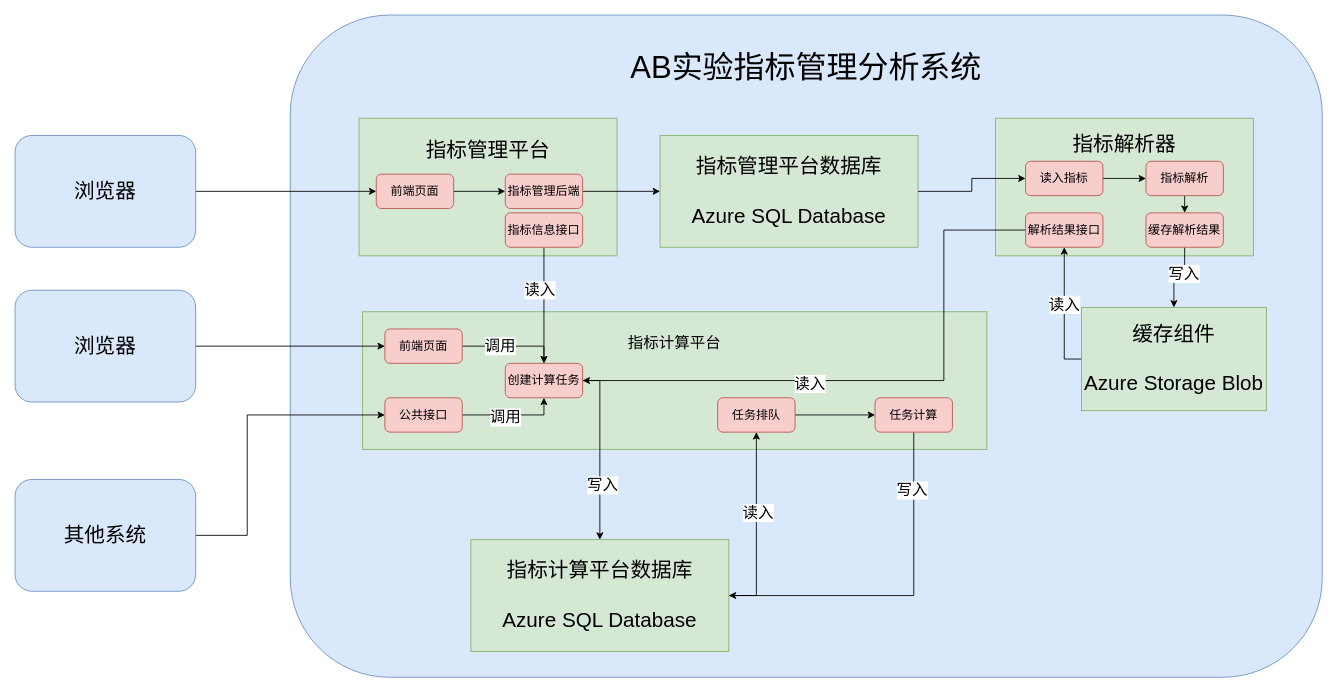
Before: 架构图.drawio in EricTao2/images-repository, a draw.io diagram. Source tidied: cells renumbered, new cells numbered last; positions are measured from the earlier drawing's top-left corner, leaving out a move shared by most shapes. Both pictures are drawn from the tidied source at 86%, with x=0, y=0 at pixel (15, 15).
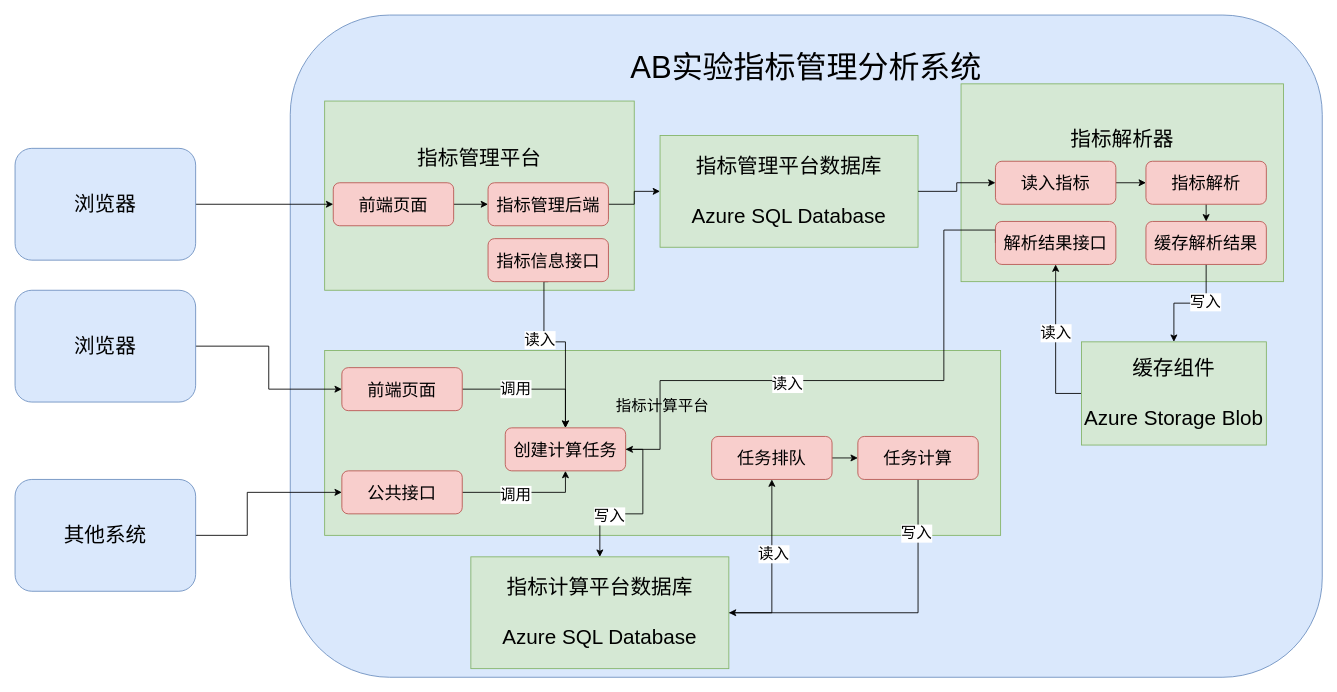
Above is the later version.

Commit message:
更新架构图.drawio

Unchanged cells that the change refers to:
```xml
<mxCell id="50" value="&lt;font style=&quot;font-size: 24px;&quot;&gt;其他系统&lt;br&gt;&lt;/font&gt;" style="rounded=1;whiteSpace=wrap;html=1;fillColor=#dae8fc;strokeColor=#6c8ebf;" parent="1" vertex="1">
  <mxGeometry y="540" width="210" height="130" as="geometry" />
</mxCell>
```

What changed in the source:
```diff
@@
     <mxCell id="3" value="&lt;font style=&quot;&quot;&gt;&lt;font style=&quot;font-size: 24px;&quot;&gt;指标管理平台&lt;br&gt;&lt;br&gt;&lt;br&gt;&lt;/font&gt;&lt;br&gt;&lt;br&gt;&lt;/font&gt;" style="rounded=0;whiteSpace=wrap;html=1;fillColor=#d5e8d4;strokeColor=#82b366;" parent="1" vertex="1">
-      <mxGeometry x="400" y="120" width="300" height="160" as="geometry" />
+      <mxGeometry x="360" y="100" width="360" height="220" as="geometry" />
     </mxCell>
@@
-    <mxCell id="5" value="&lt;font style=&quot;font-size: 14px;&quot;&gt;前端页面&lt;/font&gt;" style="rounded=1;whiteSpace=wrap;html=1;fillColor=#f8cecc;strokeColor=#b85450;" parent="1" vertex="1">
-      <mxGeometry x="420" y="185" width="90" height="40" as="geometry" />
+    <mxCell id="5" value="&lt;font style=&quot;font-size: 20px;&quot;&gt;前端页面&lt;/font&gt;" style="rounded=1;whiteSpace=wrap;html=1;fillColor=#f8cecc;strokeColor=#b85450;fontSize=20;" parent="1" vertex="1">
+      <mxGeometry x="370" y="195" width="140" height="50" as="geometry" />
     </mxCell>
@@
     <mxCell id="7" value="&lt;font style=&quot;&quot;&gt;&lt;font style=&quot;font-size: 24px;&quot;&gt;指标解析器&lt;br&gt;&lt;br&gt;&lt;br&gt;&lt;br&gt;&lt;/font&gt;&lt;br&gt;&lt;/font&gt;" style="rounded=0;whiteSpace=wrap;html=1;fillColor=#d5e8d4;strokeColor=#82b366;" parent="1" vertex="1">
-      <mxGeometry x="1140" y="120" width="300" height="160" as="geometry" />
+      <mxGeometry x="1100" y="80" width="375" height="230" as="geometry" />
     </mxCell>
@@
     <mxCell id="10" value="&lt;font style=&quot;&quot;&gt;&lt;font style=&quot;font-size: 24px;&quot;&gt;缓存组件&lt;br&gt;&lt;br&gt;Azure Storage Blob&lt;/font&gt;&lt;br&gt;&lt;/font&gt;" style="rounded=0;whiteSpace=wrap;html=1;fillColor=#d5e8d4;strokeColor=#82b366;" parent="1" vertex="1">
-      <mxGeometry x="1240" y="340" width="215" height="120" as="geometry" />
+      <mxGeometry x="1240" y="380" width="215" height="120" as="geometry" />
     </mxCell>
     <mxCell id="11" value="&lt;font style=&quot;font-size: 18px;&quot;&gt;指标计算平台&lt;br&gt;&lt;br&gt;&lt;br&gt;&lt;br&gt;&lt;br&gt;&lt;/font&gt;" style="rounded=0;whiteSpace=wrap;html=1;fillColor=#d5e8d4;strokeColor=#82b366;" parent="1" vertex="1">
-      <mxGeometry x="404" y="345" width="726" height="160" as="geometry" />
+      <mxGeometry x="360" y="390" width="786" height="215" as="geometry" />
     </mxCell>
@@
-    <mxCell id="13" value="&lt;font style=&quot;font-size: 14px;&quot;&gt;指标管理后端&lt;/font&gt;" style="rounded=1;whiteSpace=wrap;html=1;fillColor=#f8cecc;strokeColor=#b85450;" parent="1" vertex="1">
-      <mxGeometry x="570" y="185" width="90" height="40" as="geometry" />
+    <mxCell id="13" value="&lt;font style=&quot;font-size: 20px;&quot;&gt;指标管理后端&lt;/font&gt;" style="rounded=1;whiteSpace=wrap;html=1;fillColor=#f8cecc;strokeColor=#b85450;fontSize=20;" parent="1" vertex="1">
+      <mxGeometry x="550" y="195" width="140" height="50" as="geometry" />
     </mxCell>
     <mxCell id="14" style="edgeStyle=orthogonalEdgeStyle;rounded=0;jettySize=auto;html=1;exitX=0;exitY=0.5;exitDx=0;exitDy=0;entryX=1;entryY=0.5;entryDx=0;entryDy=0;" parent="1" edge="1" source="16" target="35">
       <mxGeometry relative="1" as="geometry">
         <Array as="points">
+          <mxPoint x="1140" y="250" />
           <mxPoint x="1080" y="250" />
           <mxPoint x="1080" y="425" />
+          <mxPoint x="750" y="425" />
+          <mxPoint x="750" y="505" />
         </Array>
       </mxGeometry>
     </mxCell>
@@
-    <mxCell id="16" value="&lt;font style=&quot;font-size: 14px;&quot;&gt;解析结果接口&lt;/font&gt;" style="rounded=1;whiteSpace=wrap;html=1;fillColor=#f8cecc;strokeColor=#b85450;" parent="1" vertex="1">
-      <mxGeometry x="1175" y="230" width="90" height="40" as="geometry" />
+    <mxCell id="16" value="&lt;font style=&quot;font-size: 20px;&quot;&gt;解析结果接口&lt;/font&gt;" style="rounded=1;whiteSpace=wrap;html=1;fillColor=#f8cecc;strokeColor=#b85450;fontSize=20;" parent="1" vertex="1">
+      <mxGeometry x="1140" y="240" width="140" height="50" as="geometry" />
     </mxCell>
@@
-    <mxCell id="19" value="&lt;font style=&quot;font-size: 14px;&quot;&gt;缓存解析结果&lt;/font&gt;" style="rounded=1;whiteSpace=wrap;html=1;fillColor=#f8cecc;strokeColor=#b85450;" parent="1" vertex="1">
-      <mxGeometry x="1315" y="230" width="90" height="40" as="geometry" />
+    <mxCell id="19" value="&lt;font style=&quot;font-size: 20px;&quot;&gt;缓存解析结果&lt;/font&gt;" style="rounded=1;whiteSpace=wrap;html=1;fillColor=#f8cecc;strokeColor=#b85450;fontSize=20;" parent="1" vertex="1">
+      <mxGeometry x="1315" y="240" width="140" height="50" as="geometry" />
     </mxCell>
@@
-    <mxCell id="21" value="&lt;font style=&quot;font-size: 14px;&quot;&gt;读入指标&lt;/font&gt;" style="rounded=1;whiteSpace=wrap;html=1;fillColor=#f8cecc;strokeColor=#b85450;" parent="1" vertex="1">
-      <mxGeometry x="1175" y="170" width="90" height="40" as="geometry" />
+    <mxCell id="21" value="&lt;font style=&quot;font-size: 20px;&quot;&gt;读入指标&lt;/font&gt;" style="rounded=1;whiteSpace=wrap;html=1;fillColor=#f8cecc;strokeColor=#b85450;fontSize=20;" parent="1" vertex="1">
+      <mxGeometry x="1140" y="170" width="140" height="50" as="geometry" />
     </mxCell>
@@
-    <mxCell id="23" value="&lt;font style=&quot;font-size: 14px;&quot;&gt;指标解析&lt;/font&gt;" style="rounded=1;whiteSpace=wrap;html=1;fillColor=#f8cecc;strokeColor=#b85450;" parent="1" vertex="1">
-      <mxGeometry x="1315" y="170" width="90" height="40" as="geometry" />
+    <mxCell id="23" value="&lt;font style=&quot;font-size: 20px;&quot;&gt;指标解析&lt;/font&gt;" style="rounded=1;whiteSpace=wrap;html=1;fillColor=#f8cecc;strokeColor=#b85450;fontSize=20;" parent="1" vertex="1">
+      <mxGeometry x="1315" y="170" width="140" height="50" as="geometry" />
     </mxCell>
@@
-    <mxCell id="26" value="&lt;font style=&quot;font-size: 14px;&quot;&gt;前端页面&lt;/font&gt;" style="rounded=1;whiteSpace=wrap;html=1;fillColor=#f8cecc;strokeColor=#b85450;" parent="1" vertex="1">
-      <mxGeometry x="430" y="365" width="90" height="40" as="geometry" />
+    <mxCell id="26" value="&lt;font style=&quot;font-size: 20px;&quot;&gt;前端页面&lt;/font&gt;" style="rounded=1;whiteSpace=wrap;html=1;fillColor=#f8cecc;strokeColor=#b85450;fontSize=20;" parent="1" vertex="1">
+      <mxGeometry x="380" y="410" width="140" height="50" as="geometry" />
     </mxCell>
@@
-    <mxCell id="29" value="&lt;font style=&quot;font-size: 14px;&quot;&gt;公共接口&lt;/font&gt;" style="rounded=1;whiteSpace=wrap;html=1;fillColor=#f8cecc;strokeColor=#b85450;" parent="1" vertex="1">
-      <mxGeometry x="430" y="445" width="90" height="40" as="geometry" />
+    <mxCell id="29" value="&lt;font style=&quot;font-size: 20px;&quot;&gt;公共接口&lt;/font&gt;" style="rounded=1;whiteSpace=wrap;html=1;fillColor=#f8cecc;strokeColor=#b85450;fontSize=20;" parent="1" vertex="1">
+      <mxGeometry x="380" y="530" width="140" height="50" as="geometry" />
     </mxCell>
@@
-    <mxCell id="32" value="&lt;font style=&quot;font-size: 14px;&quot;&gt;任务计算&lt;/font&gt;" style="rounded=1;whiteSpace=wrap;html=1;fillColor=#f8cecc;strokeColor=#b85450;" parent="1" vertex="1">
-      <mxGeometry x="1000" y="445" width="90" height="40" as="geometry" />
+    <mxCell id="32" value="&lt;font style=&quot;font-size: 20px;&quot;&gt;任务计算&lt;/font&gt;" style="rounded=1;whiteSpace=wrap;html=1;fillColor=#f8cecc;strokeColor=#b85450;fontSize=20;" parent="1" vertex="1">
+      <mxGeometry x="980" y="490" width="140" height="50" as="geometry" />
     </mxCell>
     <mxCell id="33" style="edgeStyle=orthogonalEdgeStyle;rounded=0;jettySize=auto;html=1;exitX=1;exitY=0.5;exitDx=0;exitDy=0;" parent="1" edge="1" source="35" target="40">
-      <mxGeometry relative="1" as="geometry" />
+      <mxGeometry relative="1" as="geometry">
+        <Array as="points">
+          <mxPoint x="730" y="505" />
+          <mxPoint x="730" y="580" />
+          <mxPoint x="680" y="580" />
+        </Array>
+      </mxGeometry>
     </mxCell>
@@
-    <mxCell id="35" value="&lt;font style=&quot;font-size: 14px;&quot;&gt;创建计算任务&lt;/font&gt;" style="rounded=1;whiteSpace=wrap;html=1;fillColor=#f8cecc;strokeColor=#b85450;" parent="1" vertex="1">
-      <mxGeometry x="570" y="405" width="90" height="40" as="geometry" />
+    <mxCell id="35" value="&lt;font style=&quot;font-size: 20px;&quot;&gt;创建计算任务&lt;/font&gt;" style="rounded=1;whiteSpace=wrap;html=1;fillColor=#f8cecc;strokeColor=#b85450;fontSize=20;" parent="1" vertex="1">
+      <mxGeometry x="570" y="480" width="140" height="50" as="geometry" />
     </mxCell>
@@
-    <mxCell id="37" value="&lt;font style=&quot;font-size: 14px;&quot;&gt;任务排队&lt;/font&gt;" style="rounded=1;whiteSpace=wrap;html=1;fillColor=#f8cecc;strokeColor=#b85450;" parent="1" vertex="1">
-      <mxGeometry x="817" y="445" width="90" height="40" as="geometry" />
+    <mxCell id="37" value="&lt;font style=&quot;font-size: 20px;&quot;&gt;任务排队&lt;/font&gt;" style="rounded=1;whiteSpace=wrap;html=1;fillColor=#f8cecc;strokeColor=#b85450;fontSize=20;" parent="1" vertex="1">
+      <mxGeometry x="810" y="490" width="140" height="50" as="geometry" />
     </mxCell>
@@
     <mxCell id="40" value="&lt;font style=&quot;&quot;&gt;&lt;font style=&quot;font-size: 24px;&quot;&gt;指标计算平台数据库&lt;br&gt;&lt;br&gt;Azure SQL Database&lt;/font&gt;&lt;br&gt;&lt;/font&gt;" style="rounded=0;whiteSpace=wrap;html=1;fillColor=#d5e8d4;strokeColor=#82b366;" parent="1" vertex="1">
-      <mxGeometry x="530" y="610" width="300" height="130" as="geometry" />
+      <mxGeometry x="530" y="630" width="300" height="130" as="geometry" />
     </mxCell>
@@
     <mxCell id="43" value="&lt;font style=&quot;font-size: 24px;&quot;&gt;浏览器&lt;br&gt;&lt;/font&gt;" style="rounded=1;whiteSpace=wrap;html=1;fillColor=#dae8fc;strokeColor=#6c8ebf;" parent="1" vertex="1">
-      <mxGeometry y="140" width="210" height="130" as="geometry" />
+      <mxGeometry y="155" width="210" height="130" as="geometry" />
     </mxCell>
     <mxCell id="44" style="edgeStyle=orthogonalEdgeStyle;rounded=0;jettySize=auto;html=1;exitX=0.5;exitY=1;exitDx=0;exitDy=0;entryX=0.5;entryY=0;entryDx=0;entryDy=0;" parent="1" edge="1" source="46" target="35">
       <mxGeometry relative="1" as="geometry">
         <Array as="points">
           <mxPoint x="615" y="310" />
-          <mxPoint x="615" y="310" />
+          <mxPoint x="615" y="380" />
+          <mxPoint x="640" y="380" />
         </Array>
       </mxGeometry>
     </mxCell>
@@
-    <mxCell id="46" value="&lt;font style=&quot;font-size: 14px;&quot;&gt;指标信息接口&lt;/font&gt;" style="rounded=1;whiteSpace=wrap;html=1;fillColor=#f8cecc;strokeColor=#b85450;" parent="1" vertex="1">
-      <mxGeometry x="570" y="230" width="90" height="40" as="geometry" />
+    <mxCell id="46" value="&lt;font style=&quot;font-size: 20px;&quot;&gt;指标信息接口&lt;/font&gt;" style="rounded=1;whiteSpace=wrap;html=1;fillColor=#f8cecc;strokeColor=#b85450;fontSize=20;" parent="1" vertex="1">
+      <mxGeometry x="550" y="260" width="140" height="50" as="geometry" />
     </mxCell>
@@
     <mxCell id="49" style="edgeStyle=orthogonalEdgeStyle;rounded=0;jettySize=auto;html=1;exitX=1;exitY=0.5;exitDx=0;exitDy=0;entryX=0;entryY=0.5;entryDx=0;entryDy=0;" parent="1" edge="1" source="50" target="29">
       <mxGeometry relative="1" as="geometry">
         <Array as="points">
           <mxPoint x="270" y="605" />
-          <mxPoint x="270" y="465" />
+          <mxPoint x="270" y="555" />
         </Array>
       </mxGeometry>
     </mxCell>
```
